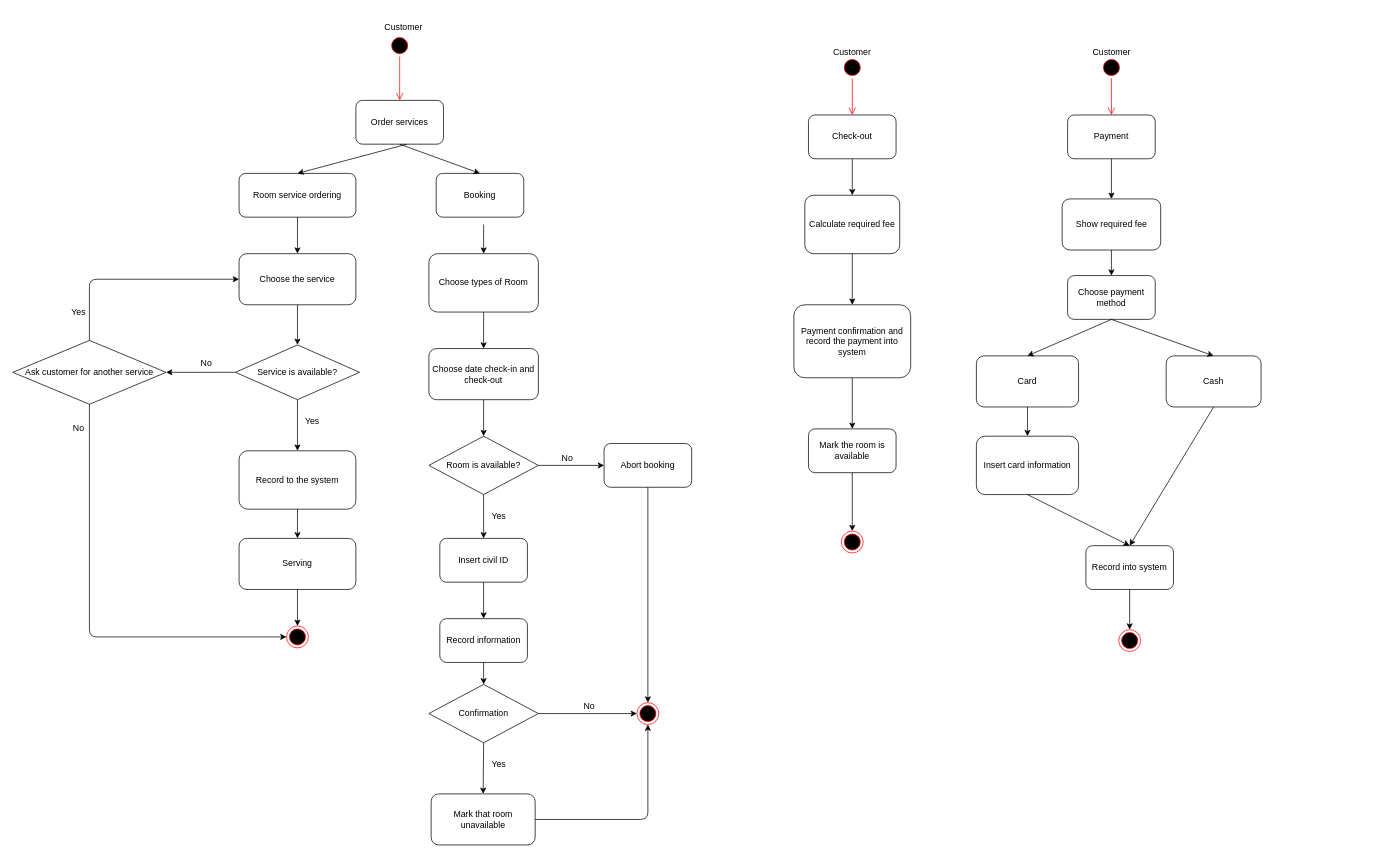
The draw.io diagram Diagram/Activity Diagram.drawio in jonathanha52/SE104.L23.PMCL, before the edit. Source tidied: cells renumbered, new cells numbered last; positions are measured from the earlier drawing's top-left corner, leaving out a move shared by most shapes. Both pictures are drawn from the tidied source at 73%, with x=0, y=0 at pixel (12, 12).
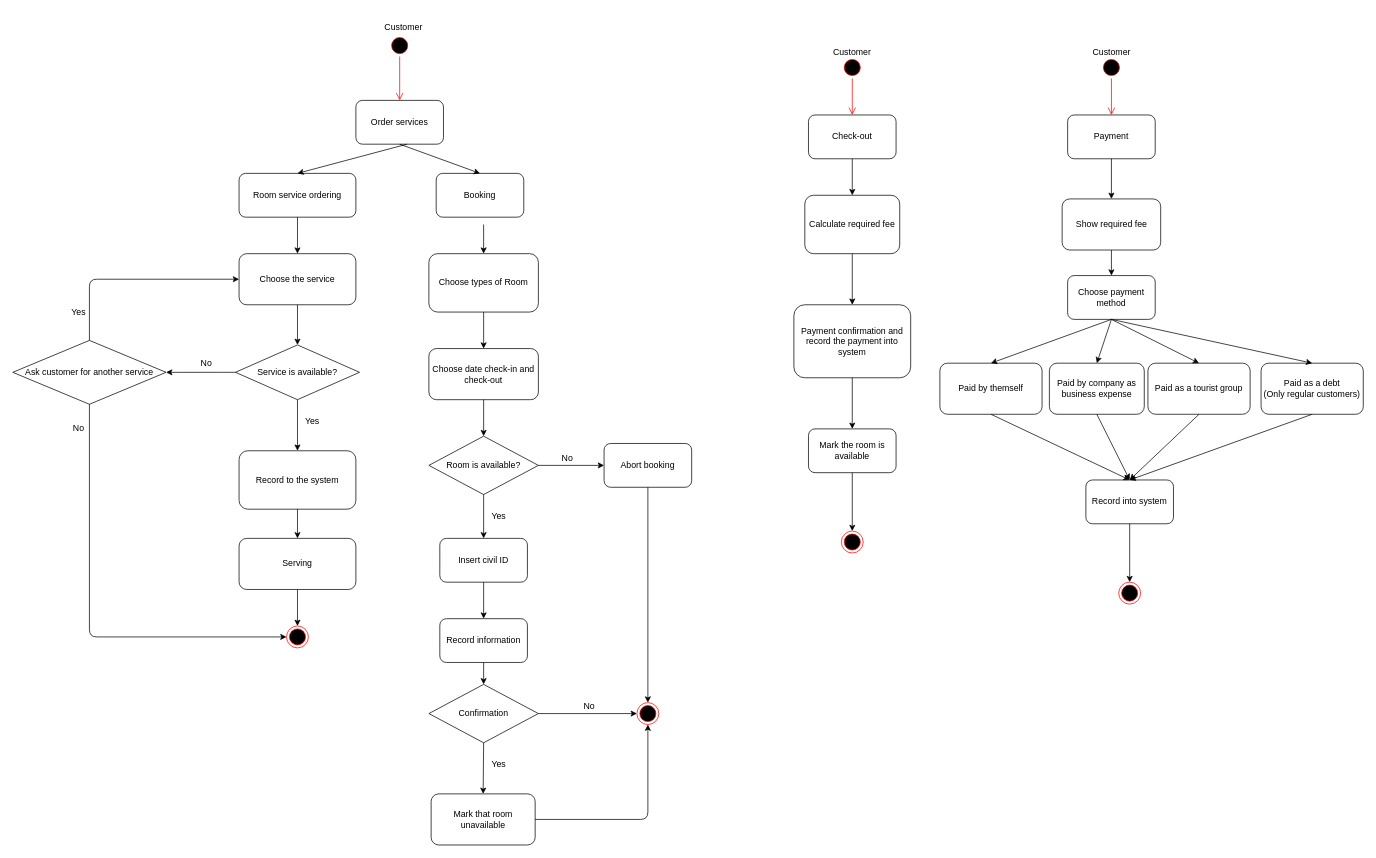
After the change.

Unchanged cells that the change refers to:
```xml
<mxCell id="68" value="Choose payment method" style="rounded=1;whiteSpace=wrap;html=1;" parent="1" vertex="1">
  <mxGeometry x="1445" y="360" width="120" height="60" as="geometry" />
</mxCell>
```

The edit, as a diff of the source:
```diff
@@
-    <mxCell id="69" value="Card" style="rounded=1;whiteSpace=wrap;html=1;" parent="1" vertex="1">
-      <mxGeometry x="1320" y="470" width="140" height="70" as="geometry" />
+    <mxCell id="69" value="Paid by themself" style="rounded=1;whiteSpace=wrap;html=1;" parent="1" vertex="1">
+      <mxGeometry x="1270" y="480" width="140" height="70" as="geometry" />
     </mxCell>
-    <mxCell id="70" value="Cash" style="rounded=1;whiteSpace=wrap;html=1;" parent="1" vertex="1">
-      <mxGeometry x="1580" y="470" width="130" height="70" as="geometry" />
+    <mxCell id="70" value="Paid by company as business expense" style="rounded=1;whiteSpace=wrap;html=1;" parent="1" vertex="1">
+      <mxGeometry x="1420" y="480" width="130" height="70" as="geometry" />
     </mxCell>
@@
-    <mxCell id="72" value="Insert card information" style="rounded=1;whiteSpace=wrap;html=1;" parent="1" vertex="1">
-      <mxGeometry x="1320" y="580" width="140" height="80" as="geometry" />
-    </mxCell>
@@
     <mxCell id="77" value="Record into system" style="rounded=1;whiteSpace=wrap;html=1;" parent="1" vertex="1">
-      <mxGeometry x="1470" y="730" width="120" height="60" as="geometry" />
+      <mxGeometry x="1470" y="640" width="120" height="60" as="geometry" />
     </mxCell>
-    <mxCell id="78" style="endArrow=classic;html=1;exitX=0.5;exitY=1;exitDx=0;exitDy=0;entryX=0.5;entryY=0;entryDx=0;entryDy=0;" parent="1" edge="1" source="69" target="72">
-      <mxGeometry relative="1" as="geometry" />
-    </mxCell>
@@
-    <mxCell id="80" style="endArrow=classic;html=1;exitX=0.5;exitY=1;exitDx=0;exitDy=0;entryX=0.5;entryY=0;entryDx=0;entryDy=0;" parent="1" edge="1" source="72" target="77">
+    <mxCell id="80" style="endArrow=classic;html=1;exitX=0.5;exitY=1;exitDx=0;exitDy=0;entryX=0.5;entryY=0;entryDx=0;entryDy=0;" parent="1" edge="1" source="69" target="77">
       <mxGeometry relative="1" as="geometry" />
     </mxCell>
     <mxCell id="81" style="ellipse;html=1;shape=endState;fillColor=#000000;strokeColor=#ff0000;" parent="1" vertex="1">
-      <mxGeometry x="1515" y="845" width="30" height="30" as="geometry" />
+      <mxGeometry x="1515" y="780" width="30" height="30" as="geometry" />
     </mxCell>
@@
+    <mxCell id="83" value="Paid as a tourist group" style="rounded=1;whiteSpace=wrap;html=1;" parent="1" vertex="1">
+      <mxGeometry x="1555" y="480" width="140" height="70" as="geometry" />
+    </mxCell>
+    <mxCell id="84" value="Paid as a debt&lt;br&gt;(Only regular customers)" style="rounded=1;whiteSpace=wrap;html=1;" parent="1" vertex="1">
+      <mxGeometry x="1710" y="480" width="140" height="70" as="geometry" />
+    </mxCell>
+    <mxCell id="85" style="endArrow=classic;html=1;exitX=0.5;exitY=1;exitDx=0;exitDy=0;entryX=0.5;entryY=0;entryDx=0;entryDy=0;" parent="1" edge="1" source="68" target="83">
+      <mxGeometry relative="1" as="geometry" />
+    </mxCell>
+    <mxCell id="86" style="endArrow=classic;html=1;exitX=0.5;exitY=1;exitDx=0;exitDy=0;entryX=0.5;entryY=0;entryDx=0;entryDy=0;" parent="1" edge="1" source="68" target="84">
+      <mxGeometry relative="1" as="geometry" />
+    </mxCell>
+    <mxCell id="87" style="endArrow=classic;html=1;exitX=0.5;exitY=1;exitDx=0;exitDy=0;entryX=0.5;entryY=0;entryDx=0;entryDy=0;" parent="1" edge="1" source="83" target="77">
+      <mxGeometry relative="1" as="geometry" />
+    </mxCell>
+    <mxCell id="88" style="endArrow=classic;html=1;exitX=0.5;exitY=1;exitDx=0;exitDy=0;entryX=0.5;entryY=0;entryDx=0;entryDy=0;" parent="1" edge="1" source="84" target="77">
+      <mxGeometry relative="1" as="geometry" />
+    </mxCell>
```
